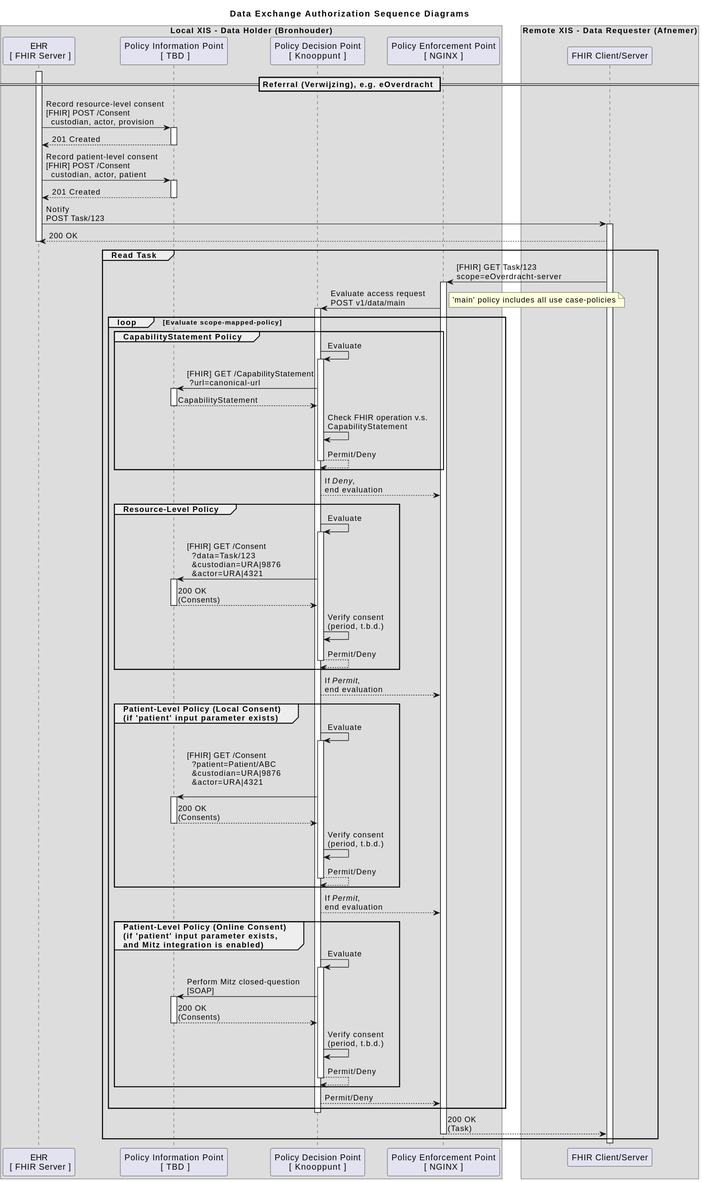
Above: docs/images/dataexchange-authorization-sd.svg in nuts-foundation/nuts-knooppunt (PlantUML), before the change.
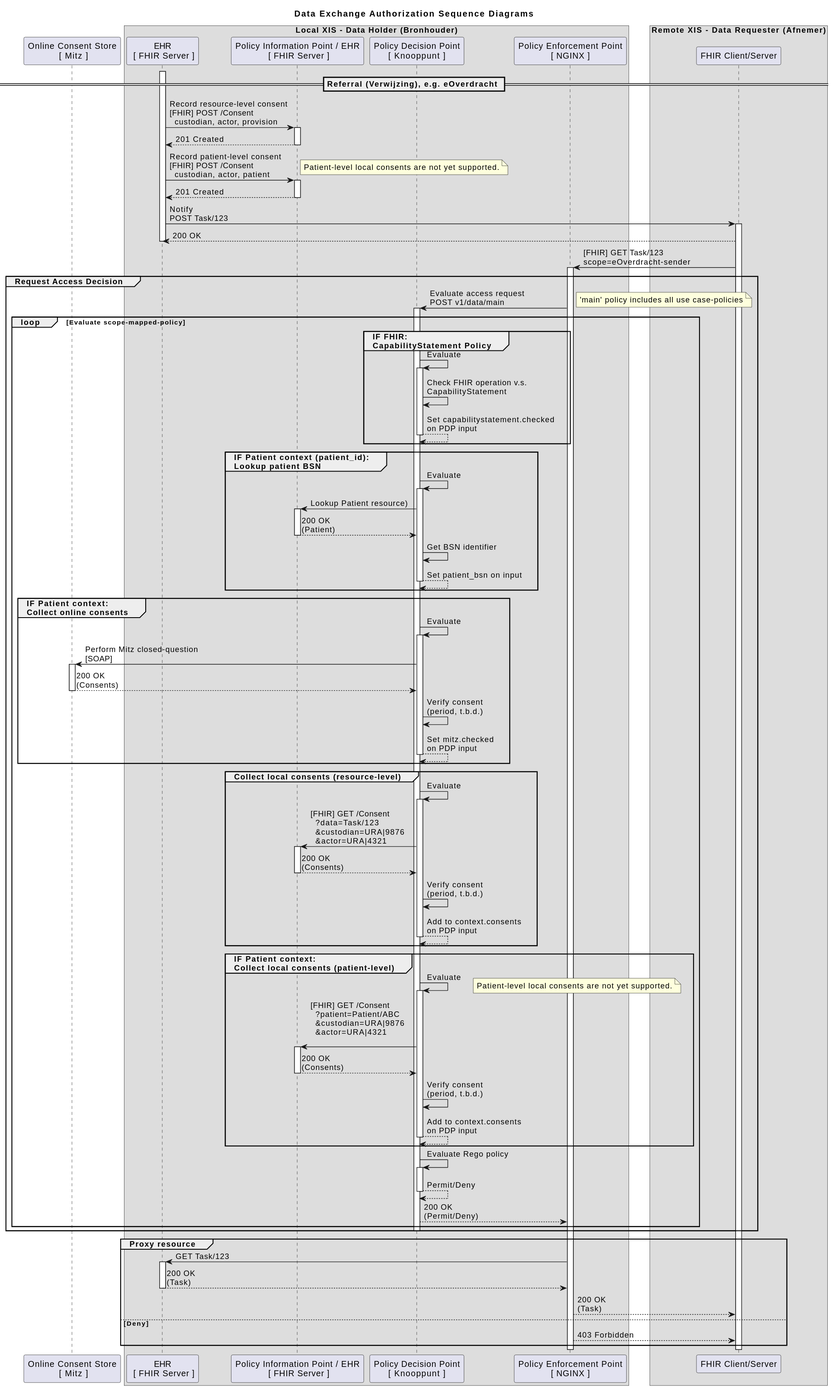
Above is the later version.

Commit message:
Update according to latest developments

Change to the diagram source:
```diff
@@ -1,9 +1,10 @@
 @startuml
 title Data Exchange Authorization   Sequence Diagrams
 
+participant mitz as "Online Consent Store\n [ Mitz ]"
 box Local XIS - Data Holder (Bronhouder)
     participant ehr as "EHR\n [ FHIR Server ]"
-    participant pip as "Policy Information Point\n [ TBD ]"
+    participant pip as "Policy Information Point / EHR\n [ FHIR Server ]"
     participant pdp as "Policy Decision Point\n[ Knooppunt ]"
     participant pep as "Policy Enforcement Point\n[ NGINX ]"
 end box
@@ -18,6 +19,7 @@
     pip --> ehr : 201 Created
 deactivate pip
 ehr -> pip : Record patient-level consent\n[FHIR] POST /Consent\n  custodian, actor, patient
+note right: Patient-level local consents are not yet supported.
 activate pip
     pip --> ehr : 201 Created
 deactivate pip
@@ -26,26 +28,44 @@
 remoteXIS --> ehr : 200 OK
 deactivate ehr
 
-group Read Task
-    remoteXIS -> pep : [FHIR] GET Task/123\nscope=eOverdracht-server
+remoteXIS -> pep : [FHIR] GET Task/123\nscope=eOverdracht-sender
+group Request Access Decision
     activate pep
     pep -> pdp: Evaluate access request\nPOST v1/data/main
     note right: 'main' policy includes all use case-policies
     activate pdp
     loop Evaluate scope-mapped-policy
-        group CapabilityStatement Policy
+        group IF FHIR:\nCapabilityStatement Policy
         pdp -> pdp : Evaluate
             activate pdp
-                pdp -> pip : [FHIR] GET /CapabilityStatement\n ?url=canonical-url
-                activate pip
-                    pip --> pdp : CapabilityStatement
-                deactivate pip
                 pdp -> pdp : Check FHIR operation v.s.\nCapabilityStatement
-                pdp --> pdp : Permit/Deny
+                pdp --> pdp : Set capabilitystatement.checked\non PDP input
             deactivate
         end group
-        pdp --> pep : If <i>Deny</i>,\nend evaluation
-        group Resource-Level Policy
+        group IF Patient context (patient_id):\nLookup patient BSN
+            pdp -> pdp : Evaluate
+            activate pdp
+                pdp -> pip : Lookup Patient resource)
+                activate pip
+                    pip --> pdp : 200 OK\n(Patient)
+                deactivate pip
+                pdp -> pdp : Get BSN identifier
+                pdp --> pdp : Set patient_bsn on input
+            deactivate
+        end group
+        group IF Patient context:\nCollect online consents
+            pdp -> pdp : Evaluate
+            activate pdp
+                pdp -> mitz : Perform Mitz closed-question\n[SOAP]
+                activate mitz
+                    mitz --> pdp : 200 OK\n(Consents)
+                deactivate mitz
+                pdp -> pdp : Verify consent\n(period, t.b.d.)
+                pdp --> pdp : Set mitz.checked\non PDP input
+            deactivate
+        end group
+
+        group Collect local consents (resource-level)
         pdp -> pdp : Evaluate
             activate pdp
                 pdp -> pip : [FHIR] GET /Consent\n  ?data=Task/123\n  &custodian=URA|9876\n  &actor=URA|4321
@@ -53,39 +73,42 @@
                     pip --> pdp : 200 OK\n(Consents)
                 deactivate pip
                 pdp -> pdp : Verify consent\n(period, t.b.d.)
-                pdp --> pdp : Permit/Deny
+                pdp --> pdp : Add to context.consents\non PDP input
             deactivate
         end group
-        pdp --> pep : If <i>Permit</i>,\nend evaluation
-        group Patient-Level Policy (Local Consent)\n(if 'patient' input parameter exists)
+        group IF Patient context:\nCollect local consents (patient-level)
             pdp -> pdp : Evaluate
+            note right: Patient-level local consents are not yet supported.
             activate pdp
                 pdp -> pip : [FHIR] GET /Consent\n  ?patient=Patient/ABC\n  &custodian=URA|9876\n  &actor=URA|4321\n
                 activate pip
                     pip --> pdp : 200 OK\n(Consents)
                 deactivate pip
                 pdp -> pdp : Verify consent\n(period, t.b.d.)
-                pdp --> pdp : Permit/Deny
+                pdp --> pdp : Add to context.consents\non PDP input
             deactivate
         end group
-        pdp --> pep : If <i>Permit</i>,\nend evaluation
-        group Patient-Level Policy (Online Consent)\n(if 'patient' input parameter exists,\nand Mitz integration is enabled)
-            pdp -> pdp : Evaluate
-            activate pdp
-                pdp -> pip : Perform Mitz closed-question\n[SOAP]
-                activate pip
-                    pip --> pdp : 200 OK\n(Consents)
-                deactivate pip
-                pdp -> pdp : Verify consent\n(period, t.b.d.)
-                pdp --> pdp : Permit/Deny
-            deactivate
-        end group
-        pdp --> pep : Permit/Deny
+
+        pdp -> pdp : Evaluate Rego policy
+        activate pdp
+            pdp --> pdp : Permit/Deny
+        deactivate
+        pdp --> pep : 200 OK\n(Permit/Deny)
     end group
     deactivate pdp
-    pep --> remoteXIS : 200 OK\n(Task)
-    deactivate
-end group
+    end group
+    group Proxy resource
+        pep -> ehr : GET Task/123
+        activate ehr
+            ehr --> pep : 200 OK\n(Task)
+        deactivate ehr
+        pep --> remoteXIS : 200 OK\n(Task)
+    else Deny
+        pep --> remoteXIS : 403 Forbidden
+    end
+
+deactivate
+
 
 deactivate remoteXIS
 @enduml
```
